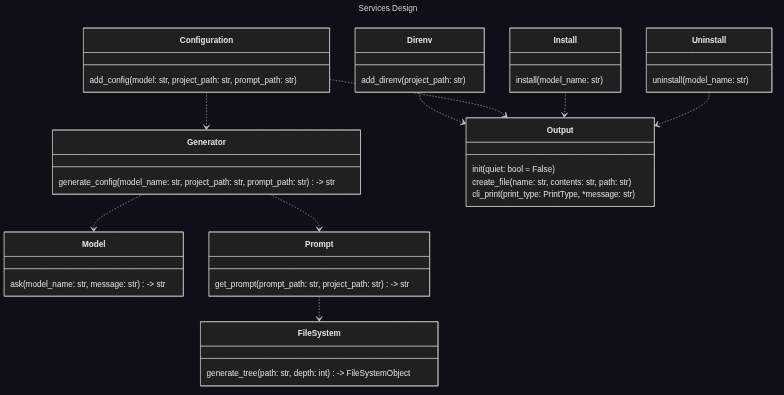
Above: docs/assets/mermaid/services_design.png in Oldranda1414/AutoDev (Mermaid), before the change. Its source is kept beside it as docs/assets/src/services_design.mmd.
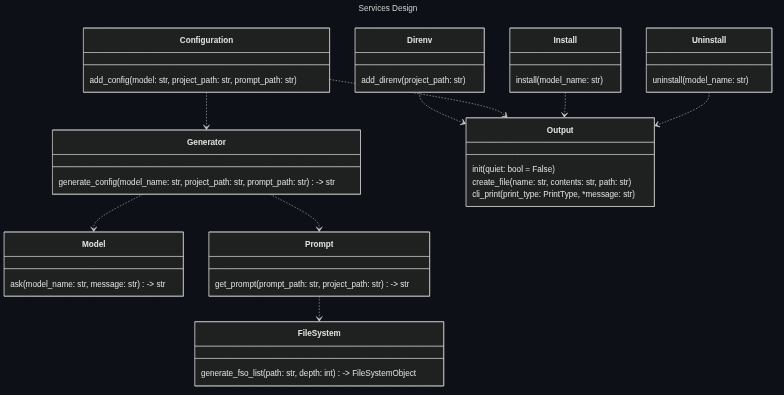
Later version of the same file.

Commit message:
refactor: rename generate_list to generate_fso_list

The edit, as a diff of the source:
```diff
@@ -38,7 +38,7 @@
     }
 
     class FileSystem {
-        generate_tree(path: str, depth: int) -> FileSystemObject
+        generate_fso_list(path: str, depth: int) -> FileSystemObject
     }
 
     Direnv ..> Output
```
